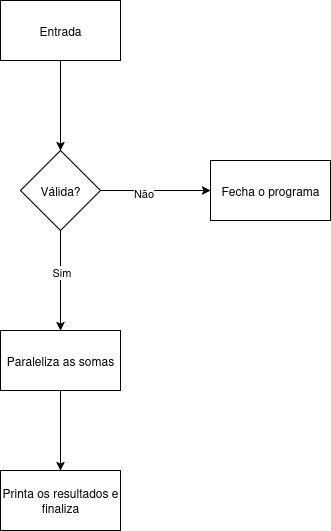
Above: operational-systems/fibonnaci.drawio.png in rlimazzz/compsci (draw.io), before the change. Source tidied: cells renumbered, new cells last; positions are measured from the earlier drawing's top-left corner, leaving out a move shared by most shapes. Its diagram source:
```xml
<mxGraphModel>
  <root>
    <mxCell id="0" />
    <mxCell id="1" parent="0" />
    <mxCell id="2" style="edgeStyle=orthogonalEdgeStyle;rounded=0;jettySize=auto;html=1;" parent="1" edge="1" source="3">
      <mxGeometry relative="1" as="geometry">
        <mxPoint x="60" y="150" as="targetPoint" />
      </mxGeometry>
    </mxCell>
    <mxCell id="3" value="Entrada" style="rounded=0;whiteSpace=wrap;html=1;" parent="1" vertex="1">
      <mxGeometry width="120" height="60" as="geometry" />
    </mxCell>
    <mxCell id="4" style="edgeStyle=orthogonalEdgeStyle;rounded=0;jettySize=auto;html=1;" parent="1" edge="1" source="8">
      <mxGeometry relative="1" as="geometry">
        <mxPoint x="60" y="330" as="targetPoint" />
      </mxGeometry>
    </mxCell>
    <mxCell id="5" value="Sim" style="edgeLabel;html=1;align=center;verticalAlign=middle;" parent="4" vertex="1">
      <mxGeometry x="-0.18" relative="1" as="geometry" />
    </mxCell>
    <mxCell id="6" style="edgeStyle=orthogonalEdgeStyle;rounded=0;jettySize=auto;html=1;exitX=1;exitY=0.5;exitDx=0;exitDy=0;" parent="1" edge="1" source="8">
      <mxGeometry relative="1" as="geometry">
        <mxPoint x="210" y="190" as="targetPoint" />
      </mxGeometry>
    </mxCell>
    <mxCell id="7" value="Não" style="edgeLabel;html=1;align=center;verticalAlign=middle;" parent="6" vertex="1">
      <mxGeometry x="-0.24" y="-2" relative="1" as="geometry" />
    </mxCell>
    <mxCell id="8" value="Válida?" style="rhombus;whiteSpace=wrap;html=1;" parent="1" vertex="1">
      <mxGeometry x="20" y="150" width="80" height="80" as="geometry" />
    </mxCell>
    <mxCell id="9" style="edgeStyle=orthogonalEdgeStyle;rounded=0;jettySize=auto;html=1;" parent="1" edge="1" source="10">
      <mxGeometry relative="1" as="geometry">
        <mxPoint x="60" y="470" as="targetPoint" />
      </mxGeometry>
    </mxCell>
    <mxCell id="10" value="Paraleliza as somas" style="rounded=0;whiteSpace=wrap;html=1;" parent="1" vertex="1">
      <mxGeometry y="330" width="120" height="60" as="geometry" />
    </mxCell>
    <mxCell id="11" value="&lt;div&gt;Fecha o programa&lt;/div&gt;" style="rounded=0;whiteSpace=wrap;html=1;" parent="1" vertex="1">
      <mxGeometry x="210" y="160" width="120" height="60" as="geometry" />
    </mxCell>
    <mxCell id="12" value="Printa os resultados e finaliza" style="rounded=0;whiteSpace=wrap;html=1;" parent="1" vertex="1">
      <mxGeometry y="470" width="120" height="60" as="geometry" />
    </mxCell>
  </root>
</mxGraphModel>
```
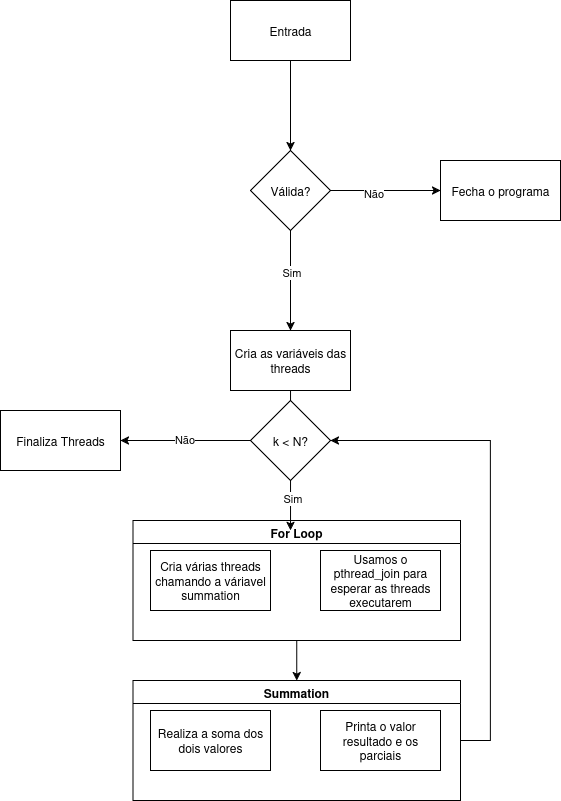
Above is the later version.

What changed in the source:
```diff
@@ -29,19 +29,58 @@
     <mxCell id="8" value="Válida?" style="rhombus;whiteSpace=wrap;html=1;" parent="1" vertex="1">
       <mxGeometry x="20" y="150" width="80" height="80" as="geometry" />
     </mxCell>
-    <mxCell id="9" style="edgeStyle=orthogonalEdgeStyle;rounded=0;jettySize=auto;html=1;" parent="1" edge="1" source="10">
-      <mxGeometry relative="1" as="geometry">
-        <mxPoint x="60" y="470" as="targetPoint" />
-      </mxGeometry>
-    </mxCell>
-    <mxCell id="10" value="Paraleliza as somas" style="rounded=0;whiteSpace=wrap;html=1;" parent="1" vertex="1">
-      <mxGeometry y="330" width="120" height="60" as="geometry" />
-    </mxCell>
     <mxCell id="11" value="&lt;div&gt;Fecha o programa&lt;/div&gt;" style="rounded=0;whiteSpace=wrap;html=1;" parent="1" vertex="1">
       <mxGeometry x="210" y="160" width="120" height="60" as="geometry" />
     </mxCell>
-    <mxCell id="12" value="Printa os resultados e finaliza" style="rounded=0;whiteSpace=wrap;html=1;" parent="1" vertex="1">
-      <mxGeometry y="470" width="120" height="60" as="geometry" />
-    </mxCell>
+    <mxCell id="13" value="Cria as variáveis das threads" style="rounded=0;whiteSpace=wrap;html=1;" parent="1" vertex="1">
+      <mxGeometry y="330" width="120" height="60" as="geometry" />
+    </mxCell>
+    <mxCell id="14" style="edgeStyle=orthogonalEdgeStyle;rounded=0;jettySize=auto;html=1;entryX=0.5;entryY=0;entryDx=0;entryDy=0;" parent="1" edge="1" source="15" target="19">
+      <mxGeometry relative="1" as="geometry" />
+    </mxCell>
+    <mxCell id="15" value="For Loop" style="swimlane;whiteSpace=wrap;html=1;" parent="1" vertex="1">
+      <mxGeometry x="-97.5" y="520" width="327.5" height="120" as="geometry" />
+    </mxCell>
+    <mxCell id="16" value="Cria várias threads chamando a váriavel summation" style="rounded=0;whiteSpace=wrap;html=1;" parent="15" vertex="1">
+      <mxGeometry x="17.5" y="30" width="120" height="60" as="geometry" />
+    </mxCell>
+    <mxCell id="17" value="&lt;div&gt;&lt;br&gt;&lt;/div&gt;&lt;div&gt;&lt;br&gt;&lt;/div&gt;&lt;div&gt;Usamos o pthread_join para esperar as threads executarem&lt;/div&gt;&lt;div&gt;&lt;br&gt;&lt;br&gt;&lt;/div&gt;" style="rounded=0;whiteSpace=wrap;html=1;" parent="15" vertex="1">
+      <mxGeometry x="187.5" y="30" width="120" height="60" as="geometry" />
+    </mxCell>
+    <mxCell id="18" style="edgeStyle=orthogonalEdgeStyle;rounded=0;jettySize=auto;html=1;entryX=1;entryY=0.5;entryDx=0;entryDy=0;" parent="1" edge="1" source="19" target="26">
+      <mxGeometry relative="1" as="geometry">
+        <Array as="points">
+          <mxPoint x="260" y="740" />
+          <mxPoint x="260" y="440" />
+        </Array>
+      </mxGeometry>
+    </mxCell>
+    <mxCell id="19" value="Summation" style="swimlane;whiteSpace=wrap;html=1;" parent="1" vertex="1">
+      <mxGeometry x="-97.5" y="680" width="327.5" height="120" as="geometry" />
+    </mxCell>
+    <mxCell id="20" value="Realiza a soma dos dois valores" style="rounded=0;whiteSpace=wrap;html=1;" parent="19" vertex="1">
+      <mxGeometry x="17.5" y="30" width="120" height="60" as="geometry" />
+    </mxCell>
+    <mxCell id="21" value="Printa o valor resultado e os parciais" style="rounded=0;whiteSpace=wrap;html=1;" parent="19" vertex="1">
+      <mxGeometry x="187.5" y="30" width="120" height="60" as="geometry" />
+    </mxCell>
+    <mxCell id="22" style="edgeStyle=orthogonalEdgeStyle;rounded=0;jettySize=auto;html=1;entryX=0.481;entryY=0.083;entryDx=0;entryDy=0;entryPerimeter=0;" parent="1" edge="1" source="13" target="15">
+      <mxGeometry relative="1" as="geometry" />
+    </mxCell>
+    <mxCell id="23" value="Sim" style="edgeLabel;html=1;align=center;verticalAlign=middle;" parent="22" vertex="1">
+      <mxGeometry x="0.53" y="1" relative="1" as="geometry" />
+    </mxCell>
+    <mxCell id="24" style="edgeStyle=orthogonalEdgeStyle;rounded=0;jettySize=auto;html=1;entryX=1;entryY=0.5;entryDx=0;entryDy=0;" parent="1" edge="1" source="26" target="27">
+      <mxGeometry relative="1" as="geometry" />
+    </mxCell>
+    <mxCell id="25" value="Não" style="edgeLabel;html=1;align=center;verticalAlign=middle;" parent="24" vertex="1">
+      <mxGeometry x="0.03" y="-2" relative="1" as="geometry" />
+    </mxCell>
+    <mxCell id="26" value="k &amp;lt; N?" style="rhombus;whiteSpace=wrap;html=1;" parent="1" vertex="1">
+      <mxGeometry x="20" y="400" width="80" height="80" as="geometry" />
+    </mxCell>
+    <mxCell id="27" value="Finaliza Threads" style="rounded=0;whiteSpace=wrap;html=1;" parent="1" vertex="1">
+      <mxGeometry x="-230" y="410" width="120" height="60" as="geometry" />
+    </mxCell>
   </root>
 </mxGraphModel>
```
